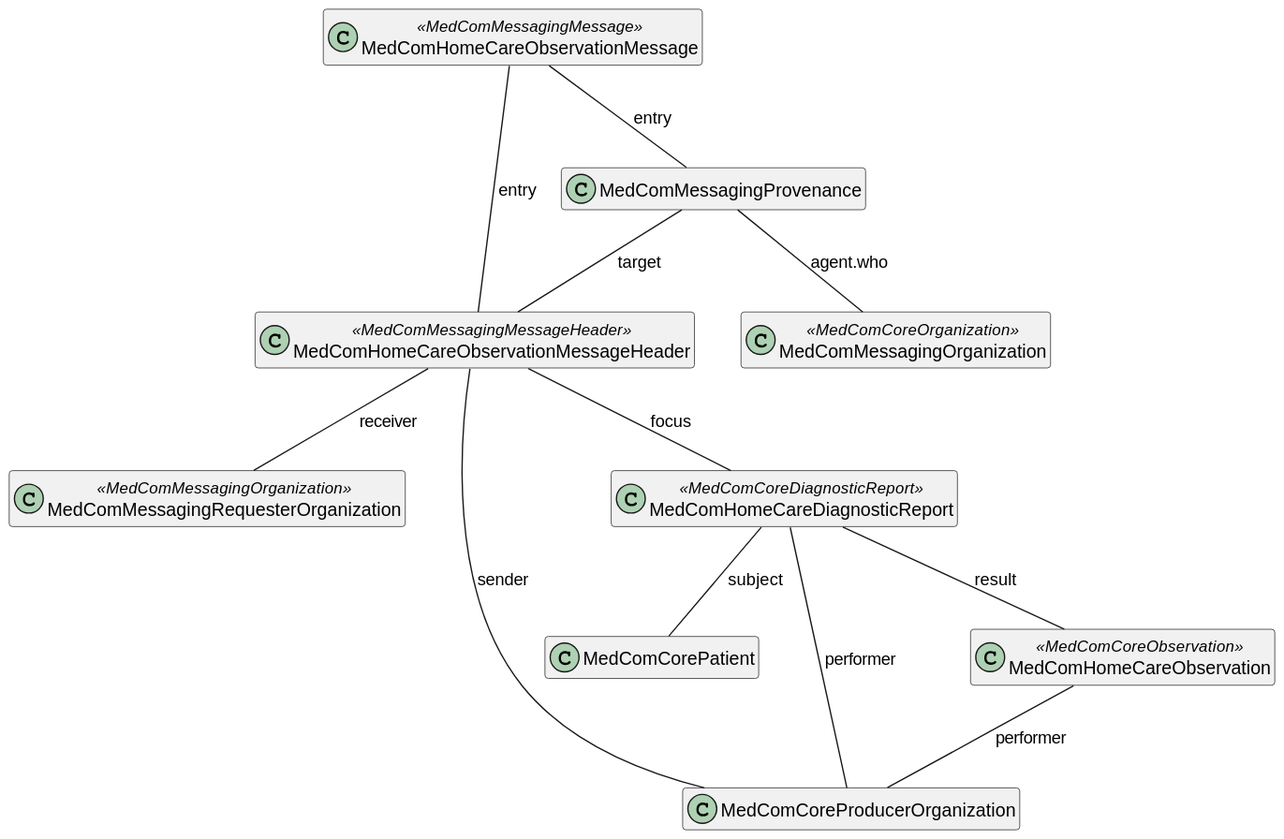
Before: input/images/HomeCareObservation/HomeCareObservationMessage.svg, a diagram exported from PlantUML (medcomdk/dk_MunicipalityObservationResults). Its diagram source:
```plantuml
@startuml HomeCareObservationMessage

hide empty members

top to bottom direction

class "MedComHomeCareObservationMessage" as message <<MedComMessagingMessage>>
class "MedComHomeCareObservationMessageHeader" as messageheader <<MedComMessagingMessageHeader>>
class "MedComMessagingProvenance" as provenance
class "MedComMessagingOrganization" as messagingOrganization <<MedComCoreOrganization>>
class "MedComMessagingRequesterOrganization" as observationRequester <<MedComMessagingOrganization>>
class "MedComCorePatient" as patient
class "MedComCoreProducerOrganization" as organization
class "MedComHomeCareDiagnosticReport" as diagnosticReport <<MedComCoreDiagnosticReport>>
class "MedComHomeCareObservation" as coreobservation <<MedComCoreObservation>>

message -- messageheader : "entry"
messageheader -- diagnosticReport : "focus"
message -- provenance : "entry"
provenance -- messageheader : "target"
provenance -- messagingOrganization : "agent.who"
diagnosticReport -- patient : "subject"
diagnosticReport -- organization: "performer"
diagnosticReport -- coreobservation : "result"
coreobservation -- organization:"performer"


messageheader -- observationRequester : "receiver"
messageheader -- organization : "sender"

@enduml
```
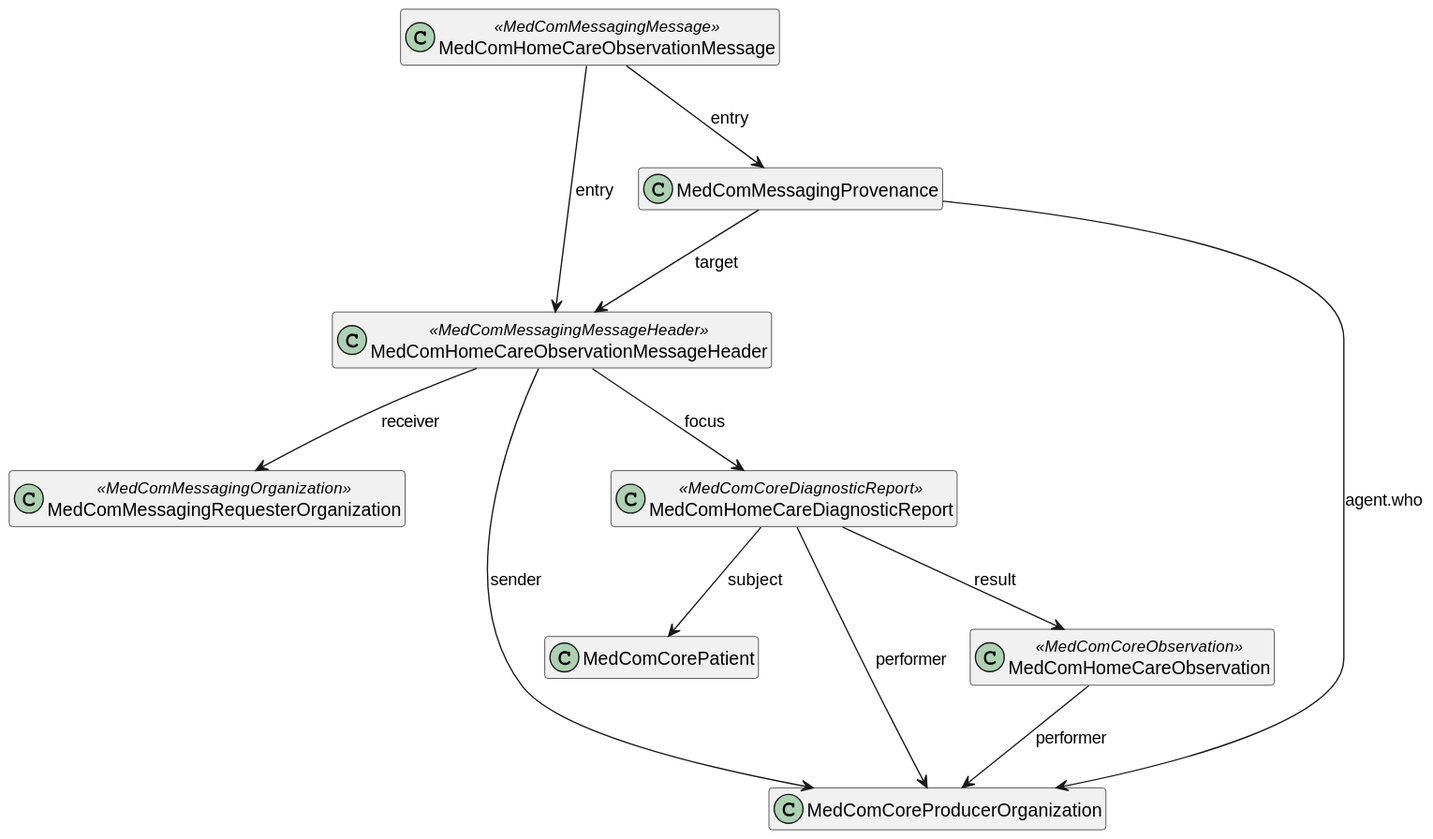
After the change.

Commit message:
pulm figure where updated

Change to the diagram source:
```diff
@@ -7,25 +7,22 @@
 class "MedComHomeCareObservationMessage" as message <<MedComMessagingMessage>>
 class "MedComHomeCareObservationMessageHeader" as messageheader <<MedComMessagingMessageHeader>>
 class "MedComMessagingProvenance" as provenance
-class "MedComMessagingOrganization" as messagingOrganization <<MedComCoreOrganization>>
 class "MedComMessagingRequesterOrganization" as observationRequester <<MedComMessagingOrganization>>
 class "MedComCorePatient" as patient
 class "MedComCoreProducerOrganization" as organization
 class "MedComHomeCareDiagnosticReport" as diagnosticReport <<MedComCoreDiagnosticReport>>
 class "MedComHomeCareObservation" as coreobservation <<MedComCoreObservation>>
 
-message -- messageheader : "entry"
-messageheader -- diagnosticReport : "focus"
-message -- provenance : "entry"
-provenance -- messageheader : "target"
-provenance -- messagingOrganization : "agent.who"
-diagnosticReport -- patient : "subject"
-diagnosticReport -- organization: "performer"
-diagnosticReport -- coreobservation : "result"
-coreobservation -- organization:"performer"
-
-
-messageheader -- observationRequester : "receiver"
-messageheader -- organization : "sender"
+message --> messageheader : "entry"
+messageheader --> diagnosticReport : "focus"
+messageheader --> organization : "sender"
+message --> provenance : "entry"
+provenance --> messageheader : "target"
+provenance --> organization : "agent.who"
+messageheader --> observationRequester : "receiver"
+diagnosticReport --> organization: "performer"
+diagnosticReport --> patient : "subject"
+diagnosticReport --> coreobservation : "result"
+coreobservation --> organization:"performer"
 
 @enduml
```
